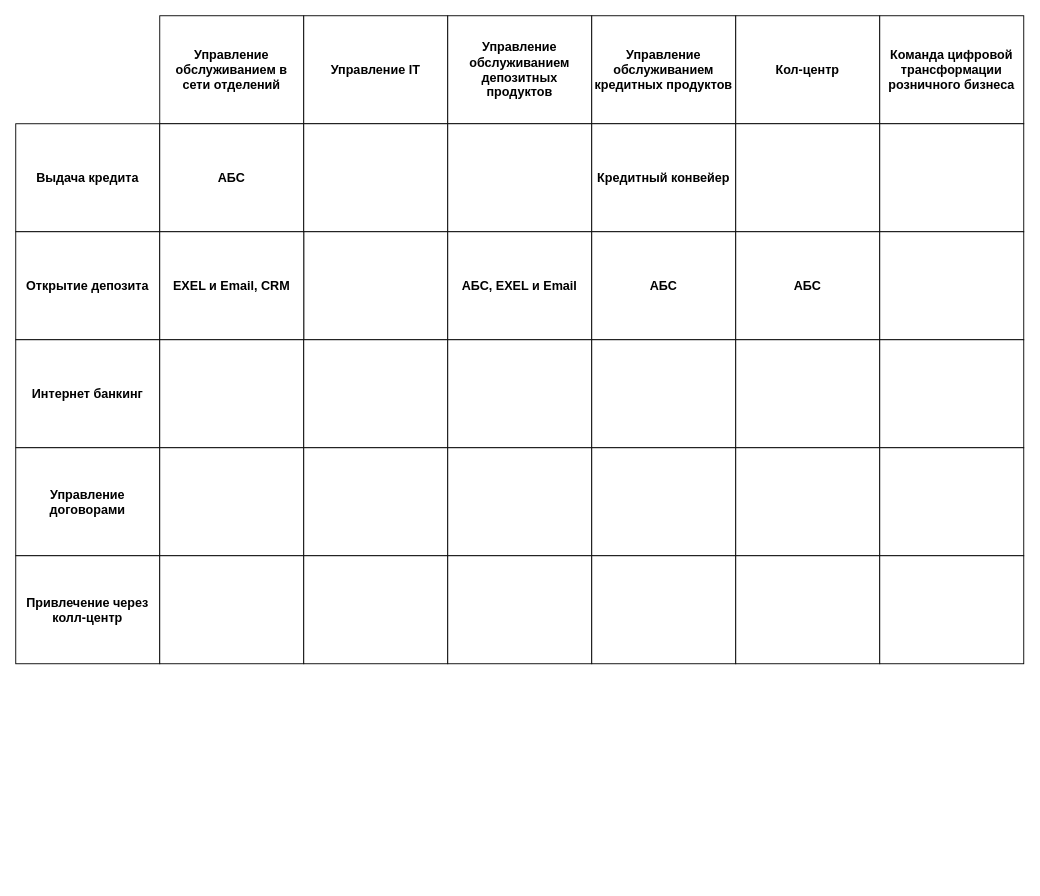
Earlier version of the draw.io diagram Task1/BCMap.drawio (grem0087/architecture-pro-standart). Source tidied: cells renumbered, new cells numbered last; positions are measured from the earlier drawing's top-left corner, leaving out a move shared by most shapes. Both pictures are drawn from the tidied source at 90%, with x=0, y=0 at pixel (15, 15).
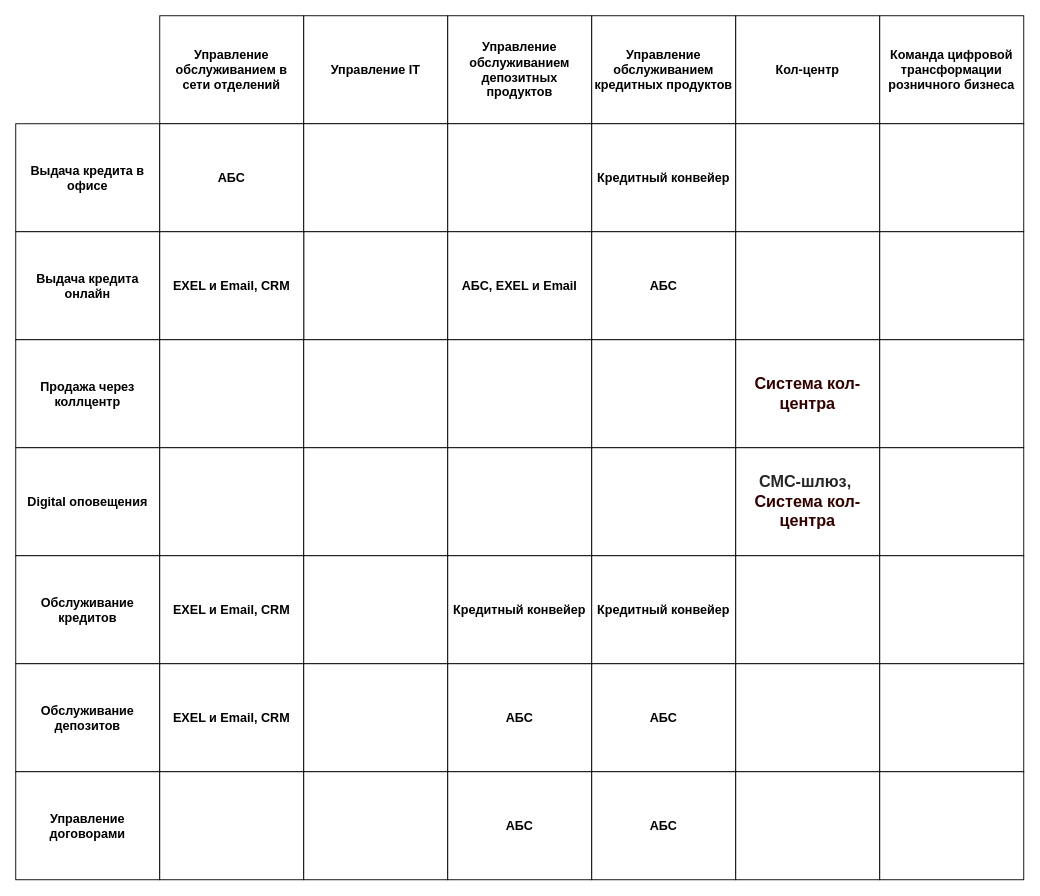
After the change.

Change to the diagram source:
```diff
@@
-    <mxCell id="8" value="&lt;b&gt;Выдача кредита&lt;/b&gt;" style="whiteSpace=wrap;html=1;rounded=0;shadow=0;strokeWidth=1;fontSize=14;" parent="1" vertex="1">
+    <mxCell id="8" value="&lt;b&gt;Выдача кредита в офисе&lt;/b&gt;" style="whiteSpace=wrap;html=1;rounded=0;shadow=0;strokeWidth=1;fontSize=14;" parent="1" vertex="1">
       <mxGeometry y="120" width="160" height="120" as="geometry" />
     </mxCell>
-    <mxCell id="9" value="&lt;b&gt;Открытие депозита&lt;/b&gt;" style="whiteSpace=wrap;html=1;rounded=0;shadow=0;strokeWidth=1;fontSize=14;" parent="1" vertex="1">
+    <mxCell id="9" value="&lt;b&gt;Выдача кредита онлайн&lt;/b&gt;" style="whiteSpace=wrap;html=1;rounded=0;shadow=0;strokeWidth=1;fontSize=14;" parent="1" vertex="1">
       <mxGeometry y="240" width="160" height="120" as="geometry" />
     </mxCell>
@@
-    <mxCell id="19" value="&lt;b&gt;АБС&lt;/b&gt;" style="whiteSpace=wrap;html=1;rounded=0;shadow=0;strokeWidth=1;fontSize=14;" parent="1" vertex="1">
+    <mxCell id="19" style="whiteSpace=wrap;html=1;rounded=0;shadow=0;strokeWidth=1;fontSize=14;" parent="1" vertex="1">
       <mxGeometry x="800" y="240" width="160" height="120" as="geometry" />
     </mxCell>
@@
-    <mxCell id="22" value="&lt;b&gt;Интернет банкинг&lt;/b&gt;" style="whiteSpace=wrap;html=1;rounded=0;shadow=0;strokeWidth=1;fontSize=14;" parent="1" vertex="1">
+    <mxCell id="22" value="&lt;b&gt;Продажа через коллцентр&lt;/b&gt;" style="whiteSpace=wrap;html=1;rounded=0;shadow=0;strokeWidth=1;fontSize=14;" parent="1" vertex="1">
       <mxGeometry y="360" width="160" height="120" as="geometry" />
     </mxCell>
-    <mxCell id="23" value="&lt;b&gt;Управление договорами&lt;/b&gt;" style="whiteSpace=wrap;html=1;rounded=0;shadow=0;strokeWidth=1;fontSize=14;" parent="1" vertex="1">
+    <mxCell id="23" value="&lt;b&gt;Digital оповещения&lt;/b&gt;" style="whiteSpace=wrap;html=1;rounded=0;shadow=0;strokeWidth=1;fontSize=14;" parent="1" vertex="1">
       <mxGeometry y="480" width="160" height="120" as="geometry" />
     </mxCell>
-    <mxCell id="24" value="&lt;b&gt;Привлечение через колл-центр&lt;/b&gt;" style="whiteSpace=wrap;html=1;rounded=0;shadow=0;strokeWidth=1;fontSize=14;" parent="1" vertex="1">
+    <mxCell id="24" value="&lt;b&gt;Обслуживание кредитов&lt;/b&gt;" style="whiteSpace=wrap;html=1;rounded=0;shadow=0;strokeWidth=1;fontSize=14;" parent="1" vertex="1">
       <mxGeometry y="600" width="160" height="120" as="geometry" />
     </mxCell>
@@
-    <mxCell id="29" style="whiteSpace=wrap;html=1;rounded=0;shadow=0;strokeWidth=1;fontSize=14;" parent="1" vertex="1">
+    <mxCell id="29" value="&lt;b style=&quot;color: rgb(51, 0, 0); font-family: &amp;quot;YS Text&amp;quot;, sans-serif; font-size: 18px; text-align: start; white-space-collapse: preserve-breaks; background-color: rgb(255, 255, 255);&quot;&gt;Система кол-центра&lt;/b&gt;" style="whiteSpace=wrap;html=1;rounded=0;shadow=0;strokeWidth=1;fontSize=14;" parent="1" vertex="1">
       <mxGeometry x="800" y="360" width="160" height="120" as="geometry" />
     </mxCell>
@@
-    <mxCell id="35" style="whiteSpace=wrap;html=1;rounded=0;shadow=0;strokeWidth=1;fontSize=14;" parent="1" vertex="1">
+    <mxCell id="35" value="&lt;strong style=&quot;box-sizing: inherit; color: rgba(0, 0, 0, 0.85); font-family: &amp;quot;YS Text&amp;quot;, sans-serif; font-size: 18px; text-align: start; white-space-collapse: preserve-breaks; background-color: rgb(255, 255, 255);&quot;&gt;СМС-шлюз,&amp;nbsp;&lt;/strong&gt;&lt;div&gt;&lt;span style=&quot;box-sizing: inherit; text-align: start; background-color: rgb(255, 255, 255);&quot;&gt;&lt;font face=&quot;YS Text, sans-serif&quot; style=&quot;color: rgb(51, 0, 0);&quot;&gt;&lt;span style=&quot;font-size: 18px; white-space-collapse: preserve-breaks;&quot;&gt;&lt;b style=&quot;&quot;&gt;Система кол-центра&lt;/b&gt;&lt;/span&gt;&lt;/font&gt;&lt;b style=&quot;color: rgba(0, 0, 0, 0.85); font-family: &amp;quot;YS Text&amp;quot;, sans-serif; font-size: 18px; white-space-collapse: preserve-breaks;&quot;&gt;&lt;/b&gt;&lt;/span&gt;&lt;/div&gt;" style="whiteSpace=wrap;html=1;rounded=0;shadow=0;strokeWidth=1;fontSize=14;" parent="1" vertex="1">
       <mxGeometry x="800" y="480" width="160" height="120" as="geometry" />
     </mxCell>
@@
-    <mxCell id="37" style="whiteSpace=wrap;html=1;rounded=0;shadow=0;strokeWidth=1;fontSize=14;" parent="1" vertex="1">
+    <mxCell id="37" value="&lt;b&gt;EXEL и Email, CRM&lt;/b&gt;" style="whiteSpace=wrap;html=1;rounded=0;shadow=0;strokeWidth=1;fontSize=14;" parent="1" vertex="1">
       <mxGeometry x="160" y="600" width="160" height="120" as="geometry" />
     </mxCell>
@@
-    <mxCell id="39" style="whiteSpace=wrap;html=1;rounded=0;shadow=0;strokeWidth=1;fontSize=14;" parent="1" vertex="1">
+    <mxCell id="39" value="&lt;b&gt;Кредитный конвейер&lt;/b&gt;" style="whiteSpace=wrap;html=1;rounded=0;shadow=0;strokeWidth=1;fontSize=14;" parent="1" vertex="1">
       <mxGeometry x="480" y="600" width="160" height="120" as="geometry" />
     </mxCell>
-    <mxCell id="40" style="whiteSpace=wrap;html=1;rounded=0;shadow=0;strokeWidth=1;fontSize=14;" parent="1" vertex="1">
+    <mxCell id="40" value="&lt;b&gt;Кредитный конвейер&lt;/b&gt;" style="whiteSpace=wrap;html=1;rounded=0;shadow=0;strokeWidth=1;fontSize=14;" parent="1" vertex="1">
       <mxGeometry x="640" y="600" width="160" height="120" as="geometry" />
     </mxCell>
@@
+    <mxCell id="43" value="&lt;b&gt;Обслуживание депозитов&lt;/b&gt;" style="whiteSpace=wrap;html=1;rounded=0;shadow=0;strokeWidth=1;fontSize=14;" parent="1" vertex="1">
+      <mxGeometry y="720" width="160" height="120" as="geometry" />
+    </mxCell>
+    <mxCell id="44" value="&lt;b&gt;EXEL и Email, CRM&lt;/b&gt;" style="whiteSpace=wrap;html=1;rounded=0;shadow=0;strokeWidth=1;fontSize=14;" parent="1" vertex="1">
+      <mxGeometry x="160" y="720" width="160" height="120" as="geometry" />
+    </mxCell>
+    <mxCell id="45" style="whiteSpace=wrap;html=1;rounded=0;shadow=0;strokeWidth=1;fontSize=14;" parent="1" vertex="1">
+      <mxGeometry x="320" y="720" width="160" height="120" as="geometry" />
+    </mxCell>
+    <mxCell id="46" value="&lt;b&gt;АБС&lt;/b&gt;" style="whiteSpace=wrap;html=1;rounded=0;shadow=0;strokeWidth=1;fontSize=14;" parent="1" vertex="1">
+      <mxGeometry x="480" y="720" width="160" height="120" as="geometry" />
+    </mxCell>
+    <mxCell id="47" value="&lt;b&gt;АБС&lt;/b&gt;" style="whiteSpace=wrap;html=1;rounded=0;shadow=0;strokeWidth=1;fontSize=14;" parent="1" vertex="1">
+      <mxGeometry x="640" y="720" width="160" height="120" as="geometry" />
+    </mxCell>
+    <mxCell id="48" style="whiteSpace=wrap;html=1;rounded=0;shadow=0;strokeWidth=1;fontSize=14;" parent="1" vertex="1">
+      <mxGeometry x="800" y="720" width="160" height="120" as="geometry" />
+    </mxCell>
+    <mxCell id="49" style="whiteSpace=wrap;html=1;rounded=0;shadow=0;strokeWidth=1;fontSize=14;" parent="1" vertex="1">
+      <mxGeometry x="960" y="720" width="160" height="120" as="geometry" />
+    </mxCell>
+    <mxCell id="50" value="&lt;b&gt;Управление договорами&lt;/b&gt;" style="whiteSpace=wrap;html=1;rounded=0;shadow=0;strokeWidth=1;fontSize=14;" parent="1" vertex="1">
+      <mxGeometry y="840" width="160" height="120" as="geometry" />
+    </mxCell>
+    <mxCell id="51" style="whiteSpace=wrap;html=1;rounded=0;shadow=0;strokeWidth=1;fontSize=14;" parent="1" vertex="1">
+      <mxGeometry x="160" y="840" width="160" height="120" as="geometry" />
+    </mxCell>
+    <mxCell id="52" style="whiteSpace=wrap;html=1;rounded=0;shadow=0;strokeWidth=1;fontSize=14;" parent="1" vertex="1">
+      <mxGeometry x="320" y="840" width="160" height="120" as="geometry" />
+    </mxCell>
+    <mxCell id="53" value="&lt;b&gt;АБС&lt;/b&gt;" style="whiteSpace=wrap;html=1;rounded=0;shadow=0;strokeWidth=1;fontSize=14;" parent="1" vertex="1">
+      <mxGeometry x="480" y="840" width="160" height="120" as="geometry" />
+    </mxCell>
+    <mxCell id="54" value="&lt;b&gt;АБС&lt;/b&gt;" style="whiteSpace=wrap;html=1;rounded=0;shadow=0;strokeWidth=1;fontSize=14;" parent="1" vertex="1">
+      <mxGeometry x="640" y="840" width="160" height="120" as="geometry" />
+    </mxCell>
+    <mxCell id="55" style="whiteSpace=wrap;html=1;rounded=0;shadow=0;strokeWidth=1;fontSize=14;" parent="1" vertex="1">
+      <mxGeometry x="800" y="840" width="160" height="120" as="geometry" />
+    </mxCell>
+    <mxCell id="56" style="whiteSpace=wrap;html=1;rounded=0;shadow=0;strokeWidth=1;fontSize=14;" parent="1" vertex="1">
+      <mxGeometry x="960" y="840" width="160" height="120" as="geometry" />
+    </mxCell>
```
